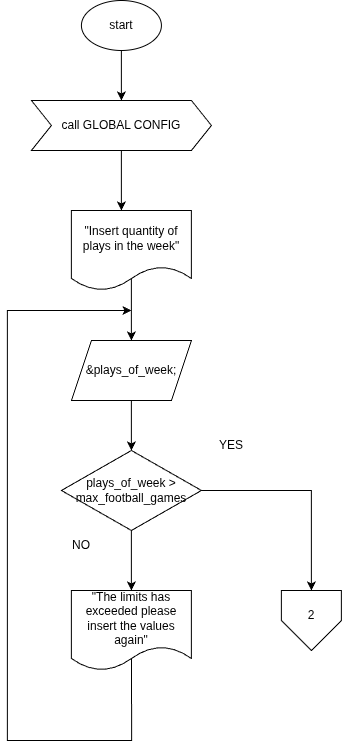
The draw.io diagram 04_footballgames_practice/docs/excercisefootballgames-Page-2.drawio.png in SrMochi02/exercises-c, before a commit. Source tidied: cells renumbered, new cells last; positions are measured from the earlier drawing's top-left corner, leaving out a move shared by most shapes.
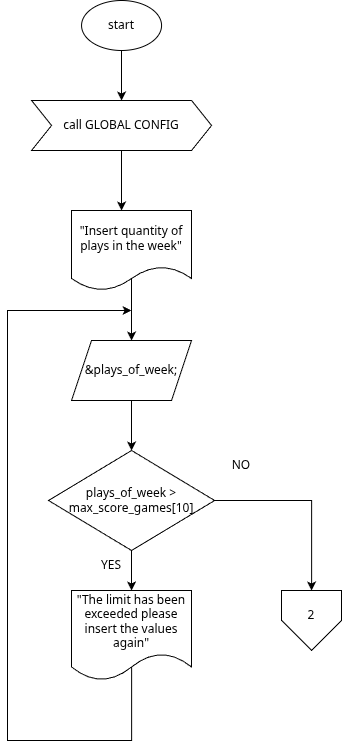
After the commit.

The edit, as a diff of the source:
```diff
@@ -40,14 +40,14 @@
     <mxCell id="11" style="edgeStyle=orthogonalEdgeStyle;rounded=0;jettySize=auto;html=1;entryX=0.5;entryY=0;entryDx=0;entryDy=0;" parent="1" edge="1" source="12" target="16">
       <mxGeometry relative="1" as="geometry" />
     </mxCell>
-    <mxCell id="12" value="plays_of_week &amp;gt; max_football_games" style="rhombus;whiteSpace=wrap;html=1;" parent="1" vertex="1">
-      <mxGeometry x="53.9" y="450" width="140" height="80" as="geometry" />
+    <mxCell id="12" value="plays_of_week &amp;gt; max_score_games[10]" style="rhombus;whiteSpace=wrap;html=1;" parent="1" vertex="1">
+      <mxGeometry x="40.8" y="450" width="166.1" height="100" as="geometry" />
     </mxCell>
-    <mxCell id="13" value="YES" style="text;html=1;whiteSpace=wrap;strokeColor=none;fillColor=none;align=center;verticalAlign=middle;rounded=0;" parent="1" vertex="1">
-      <mxGeometry x="193.9" y="430" width="60" height="30" as="geometry" />
+    <mxCell id="13" value="NO" style="text;html=1;whiteSpace=wrap;strokeColor=none;fillColor=none;align=center;verticalAlign=middle;rounded=0;" parent="1" vertex="1">
+      <mxGeometry x="203.9" y="450" width="60" height="30" as="geometry" />
     </mxCell>
-    <mxCell id="14" value="NO" style="text;html=1;whiteSpace=wrap;strokeColor=none;fillColor=none;align=center;verticalAlign=middle;rounded=0;" parent="1" vertex="1">
-      <mxGeometry x="43.9" y="530" width="60" height="30" as="geometry" />
+    <mxCell id="14" value="YES" style="text;html=1;whiteSpace=wrap;strokeColor=none;fillColor=none;align=center;verticalAlign=middle;rounded=0;" parent="1" vertex="1">
+      <mxGeometry x="73.9" y="550" width="60" height="30" as="geometry" />
     </mxCell>
     <mxCell id="15" style="edgeStyle=orthogonalEdgeStyle;rounded=0;jettySize=auto;html=1;exitX=0.501;exitY=0.823;exitDx=0;exitDy=0;exitPerimeter=0;" parent="1" edge="1" source="16">
       <mxGeometry relative="1" as="geometry">
@@ -59,8 +59,8 @@
         </Array>
       </mxGeometry>
     </mxCell>
-    <mxCell id="16" value="&quot;The limits has exceeded please insert the values again&quot;" style="shape=document;whiteSpace=wrap;html=1;boundedLbl=1;" parent="1" vertex="1">
-      <mxGeometry x="63.9" y="590" width="120" height="80" as="geometry" />
+    <mxCell id="16" value="&quot;The limit has been exceeded please insert the values again&quot;" style="shape=document;whiteSpace=wrap;html=1;boundedLbl=1;" parent="1" vertex="1">
+      <mxGeometry x="63.9" y="590" width="120" height="90" as="geometry" />
     </mxCell>
     <mxCell id="17" style="verticalLabelPosition=bottom;verticalAlign=top;html=1;shape=offPageConnector;rounded=0;size=0.5;" parent="1" vertex="1">
       <mxGeometry x="273.9" y="590" width="60" height="60" as="geometry" />
```
